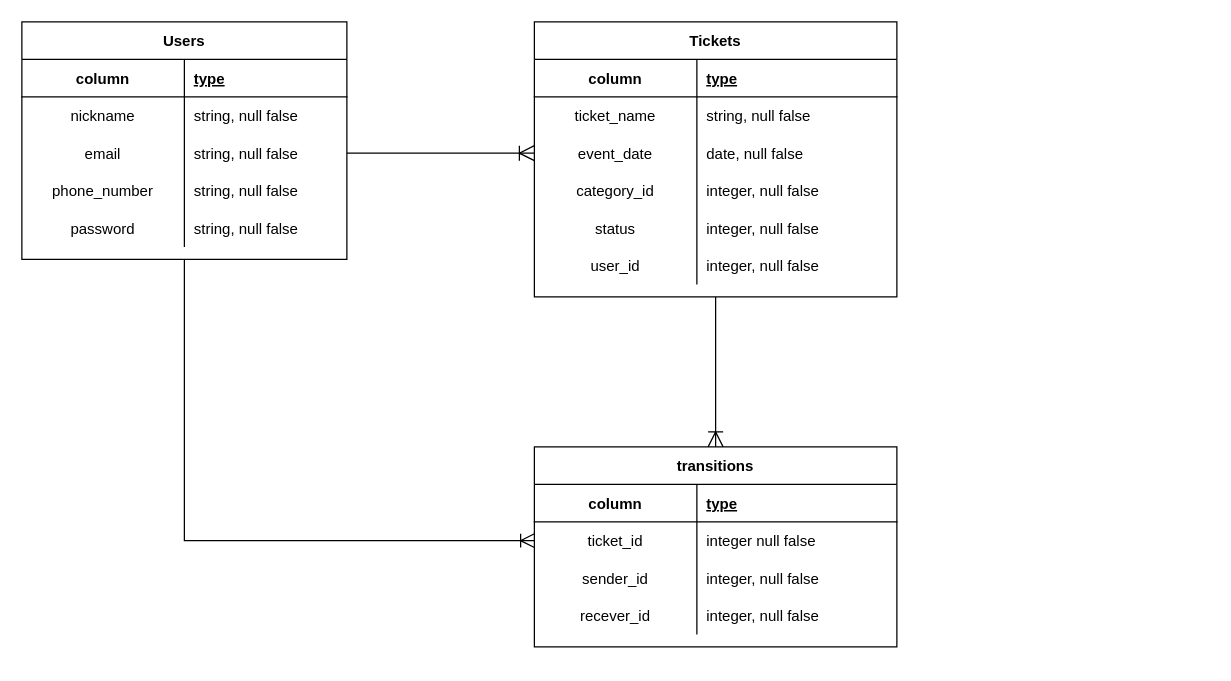
This is ticket_transfer_app.dio from yuyakawai0411/auth-ticket-transfer, a draw.io file, before an edit. Source tidied: cells renumbered, new cells numbered last; positions are measured from the earlier drawing's top-left corner, leaving out a move shared by most shapes. Both pictures are drawn from the tidied source at 125%, with x=0, y=0 at pixel (21, 21).
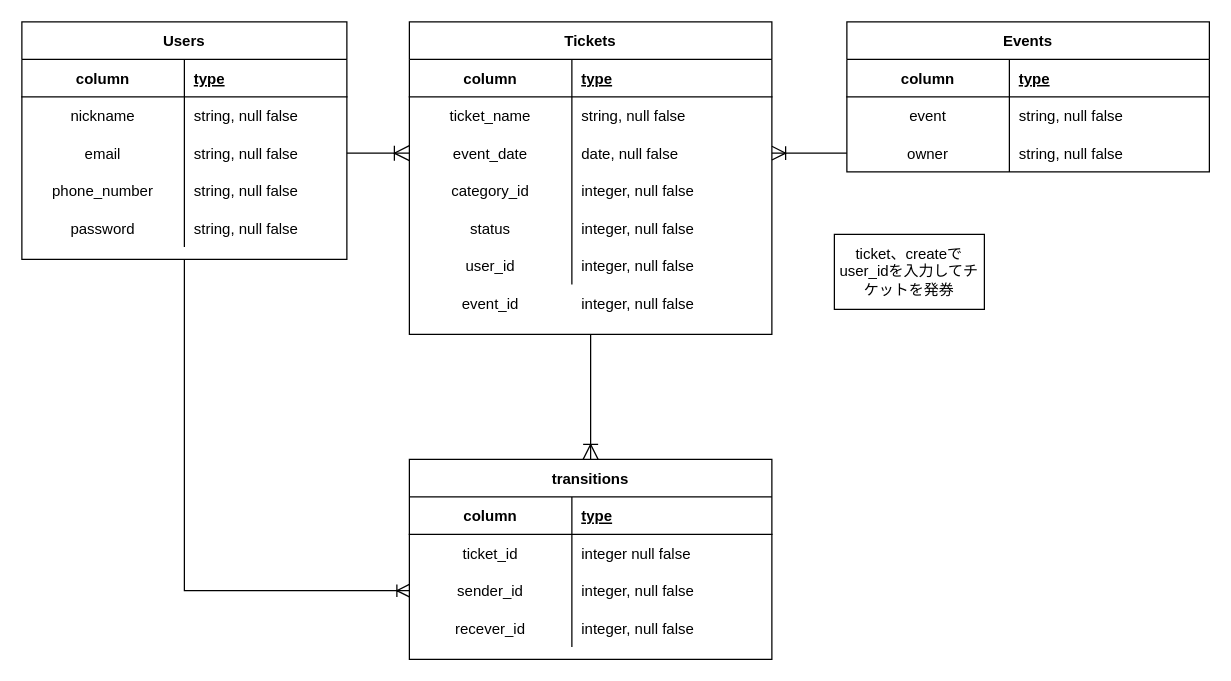
The same page after the edit.

Unchanged cells that the change refers to:
```xml
<mxCell id="2" value="Users" style="shape=table;startSize=30;childLayout=tableLayout;rowLines=0;fontStyle=1;align=center;" parent="1" vertex="1">
  <mxGeometry width="260" height="190" as="geometry" />
</mxCell>
<mxCell id="26" style="shape=partialRectangle;fillColor=none;top=0;left=0;bottom=0;right=0;points=[[0,0.5],[1,0.5]];portConstraint=eastwest;" parent="19" vertex="1">
  <mxGeometry y="90" width="290" height="30" as="geometry" />
</mxCell>
<mxCell id="43" style="shape=partialRectangle;fillColor=none;top=0;left=0;bottom=0;right=0;points=[[0,0.5],[1,0.5]];portConstraint=eastwest;" parent="39" vertex="1">
  <mxGeometry y="60" width="290" height="30" as="geometry" />
</mxCell>
<mxCell id="46" style="shape=partialRectangle;fillColor=none;top=0;left=0;bottom=0;right=0;points=[[0,0.5],[1,0.5]];portConstraint=eastwest;" parent="39" vertex="1">
  <mxGeometry y="90" width="290" height="30" as="geometry" />
</mxCell>
```

What changed in the source:
```diff
@@
+    <mxCell id="52" style="edgeStyle=orthogonalEdgeStyle;rounded=0;jettySize=auto;html=1;entryX=0;entryY=0.5;entryDx=0;entryDy=0;endArrow=ERoneToMany;endFill=0;startSize=8;endSize=8;" parent="1" edge="1" source="2" target="46">
+      <mxGeometry relative="1" as="geometry" />
+    </mxCell>
@@
     <mxCell id="19" value="Tickets" style="shape=table;startSize=30;childLayout=tableLayout;rowLines=0;fontStyle=1;align=center;" parent="1" vertex="1">
-      <mxGeometry x="410" width="290" height="220" as="geometry" />
+      <mxGeometry x="310" width="290" height="250" as="geometry" />
     </mxCell>
@@
     <mxCell id="39" value="transitions" style="shape=table;startSize=30;childLayout=tableLayout;rowLines=0;fontStyle=1;align=center;" parent="1" vertex="1">
-      <mxGeometry x="410" y="340" width="290" height="160" as="geometry" />
+      <mxGeometry x="310" y="350" width="290" height="160" as="geometry" />
     </mxCell>
@@
-    <mxCell id="52" style="edgeStyle=orthogonalEdgeStyle;rounded=0;jettySize=auto;html=1;entryX=0.5;entryY=1;entryDx=0;entryDy=0;startArrow=ERoneToMany;startFill=0;endArrow=none;endFill=0;startSize=9;" parent="1" edge="1" source="43" target="2">
-      <mxGeometry relative="1" as="geometry" />
-    </mxCell>
+    <mxCell id="53" value="Events" style="shape=table;startSize=30;childLayout=tableLayout;rowLines=0;fontStyle=1;align=center;" parent="1" vertex="1">
+      <mxGeometry x="660" width="290" height="120" as="geometry" />
+    </mxCell>
+    <mxCell id="54" style="shape=partialRectangle;fillColor=none;top=0;left=0;bottom=1;right=0;" parent="53" vertex="1">
+      <mxGeometry y="30" width="290" height="30" as="geometry" />
+    </mxCell>
+    <mxCell id="55" value="column" style="shape=partialRectangle;fillColor=none;top=0;left=0;bottom=0;right=0;fontStyle=1;overflow=hidden;" parent="54" vertex="1">
+      <mxGeometry width="130" height="30" as="geometry" />
+    </mxCell>
+    <mxCell id="56" value="type" style="shape=partialRectangle;fillColor=none;top=0;left=0;bottom=0;right=0;align=left;spacingLeft=6;fontStyle=5;overflow=hidden;" parent="54" vertex="1">
+      <mxGeometry x="130" width="160" height="30" as="geometry" />
+    </mxCell>
+    <mxCell id="57" style="shape=partialRectangle;fillColor=none;top=0;left=0;bottom=0;right=0;" parent="53" vertex="1">
+      <mxGeometry y="60" width="290" height="30" as="geometry" />
+    </mxCell>
+    <mxCell id="58" value="event" style="shape=partialRectangle;fillColor=none;top=0;left=0;bottom=0;right=0;overflow=hidden;" parent="57" vertex="1">
+      <mxGeometry width="130" height="30" as="geometry" />
+    </mxCell>
+    <mxCell id="59" value="string, null false" style="shape=partialRectangle;fillColor=none;top=0;left=0;bottom=0;right=0;align=left;spacingLeft=6;overflow=hidden;" parent="57" vertex="1">
+      <mxGeometry x="130" width="160" height="30" as="geometry" />
+    </mxCell>
+    <mxCell id="60" style="shape=partialRectangle;fillColor=none;top=0;left=0;bottom=0;right=0;points=[[0,0.5],[1,0.5]];portConstraint=eastwest;" parent="53" vertex="1">
+      <mxGeometry y="90" width="290" height="30" as="geometry" />
+    </mxCell>
+    <mxCell id="61" value="owner" style="shape=partialRectangle;fillColor=none;top=0;left=0;bottom=0;right=0;overflow=hidden;" parent="60" vertex="1">
+      <mxGeometry width="130" height="30" as="geometry" />
+    </mxCell>
+    <mxCell id="62" value="string, null false" style="shape=partialRectangle;fillColor=none;top=0;left=0;bottom=0;right=0;align=left;spacingLeft=6;overflow=hidden;" parent="60" vertex="1">
+      <mxGeometry x="130" width="160" height="30" as="geometry" />
+    </mxCell>
+    <mxCell id="63" style="edgeStyle=orthogonalEdgeStyle;rounded=0;jettySize=auto;html=1;exitX=0;exitY=0.5;exitDx=0;exitDy=0;entryX=1;entryY=0.5;entryDx=0;entryDy=0;endArrow=ERoneToMany;endFill=0;startSize=8;endSize=9;" parent="1" edge="1" source="60" target="26">
+      <mxGeometry relative="1" as="geometry" />
+    </mxCell>
+    <mxCell id="64" value="event_id" style="shape=partialRectangle;fillColor=none;top=0;left=0;bottom=0;right=0;overflow=hidden;" parent="1" vertex="1">
+      <mxGeometry x="310" y="210" width="130" height="30" as="geometry" />
+    </mxCell>
+    <mxCell id="65" value="integer, null false" style="shape=partialRectangle;fillColor=none;top=0;left=0;bottom=0;right=0;align=left;spacingLeft=6;overflow=hidden;" parent="1" vertex="1">
+      <mxGeometry x="440" y="210" width="160" height="30" as="geometry" />
+    </mxCell>
+    <mxCell id="66" value="ticket、createでuser_idを入力してチケットを発券" style="rounded=0;whiteSpace=wrap;html=1;" parent="1" vertex="1">
+      <mxGeometry x="650" y="170" width="120" height="60" as="geometry" />
+    </mxCell>
```
